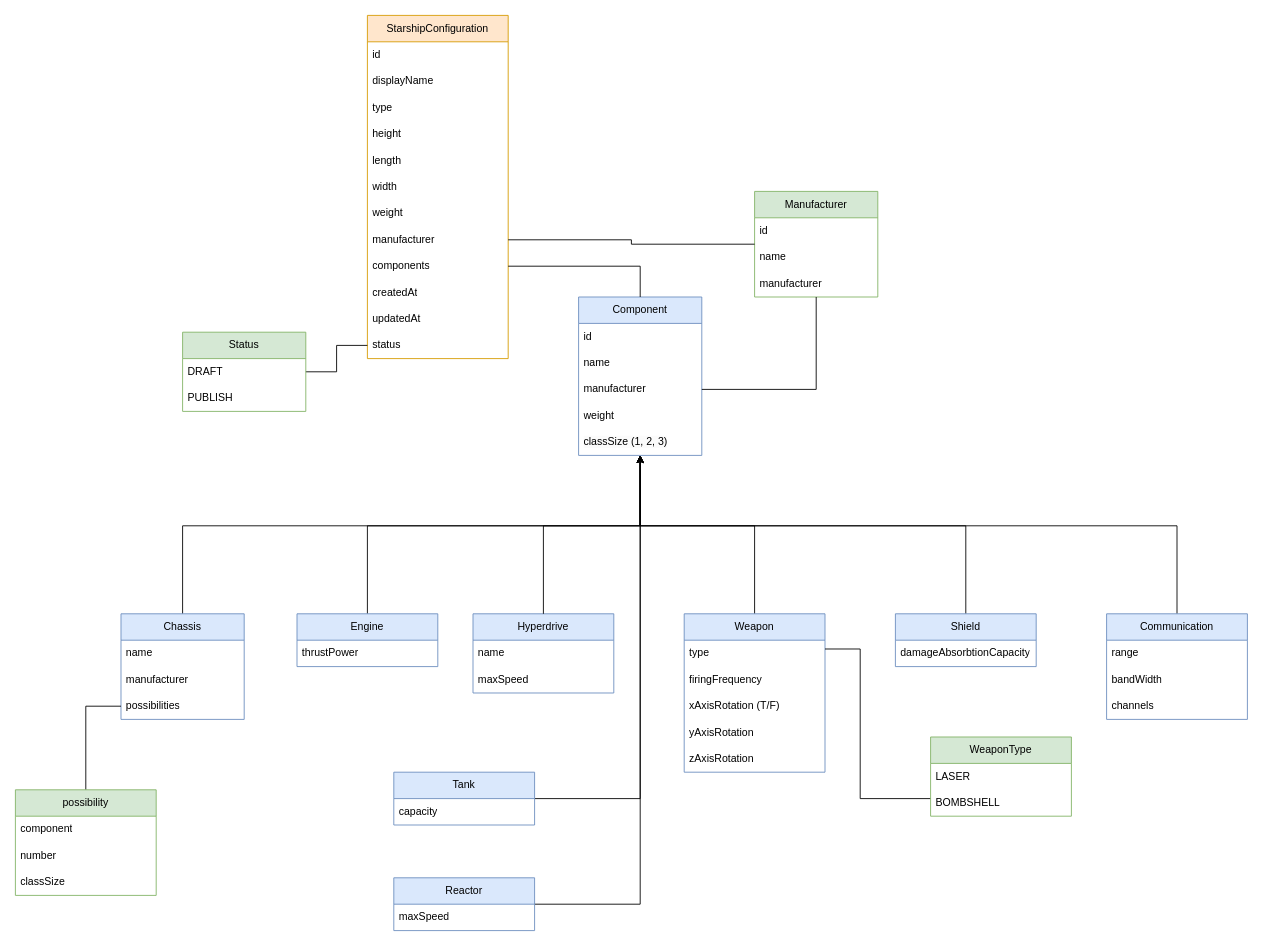
The draw.io diagram page "Business Object Modélisation" (2 of 2) of doc/starshipConfigurer.drawio in skrollu/starship-configurer, before the edit. Source tidied: cells renumbered, new cells numbered last; positions are measured from the earlier drawing's top-left corner, leaving out a move shared by most shapes. Both pictures are drawn from the tidied source at 88%, with x=0, y=0 at pixel (15, 15).
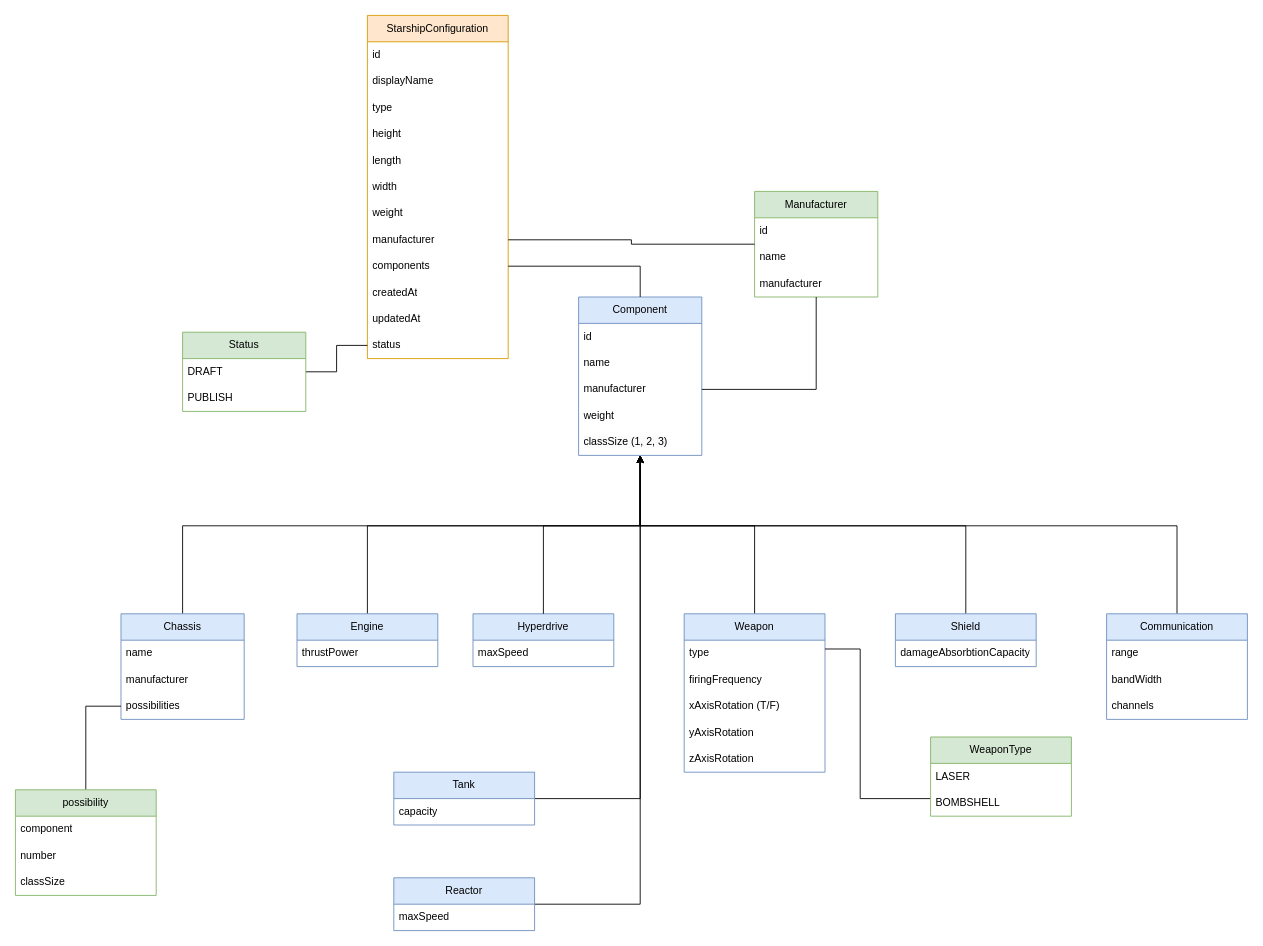
The same diagram, later.

The edit, as a diff of the source:
```diff
@@
     <mxCell id="27" value="Hyperdrive" style="swimlane;fontStyle=0;horizontal=1;startSize=30;whiteSpace=wrap;html=1;fillColor=#dae8fc;strokeColor=#6c8ebf;" parent="1" vertex="1">
-      <mxGeometry x="520" y="680" width="160" height="90" as="geometry" />
+      <mxGeometry x="520" y="680" width="160" height="60" as="geometry" />
     </mxCell>
-    <mxCell id="28" value="name" style="text;strokeColor=none;fillColor=none;align=left;verticalAlign=middle;spacingLeft=4;spacingRight=4;overflow=hidden;whiteSpace=wrap;html=1;" parent="27" vertex="1">
-      <mxGeometry y="30" width="160" height="30" as="geometry" />
-    </mxCell>
     <mxCell id="29" value="maxSpeed" style="text;strokeColor=none;fillColor=none;align=left;verticalAlign=middle;spacingLeft=4;spacingRight=4;overflow=hidden;whiteSpace=wrap;html=1;" parent="27" vertex="1">
-      <mxGeometry y="60" width="160" height="30" as="geometry" />
+      <mxGeometry y="30" width="160" height="30" as="geometry" />
     </mxCell>
```
